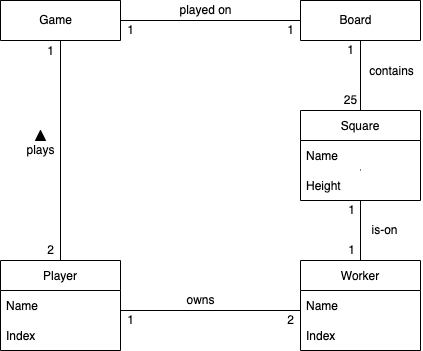
RozayC/test keeps this draw.io diagram as domain-model.png. Above is the earlier version. Source tidied: cells renumbered, new cells last; positions are measured from the earlier drawing's top-left corner, leaving out a move shared by most shapes.
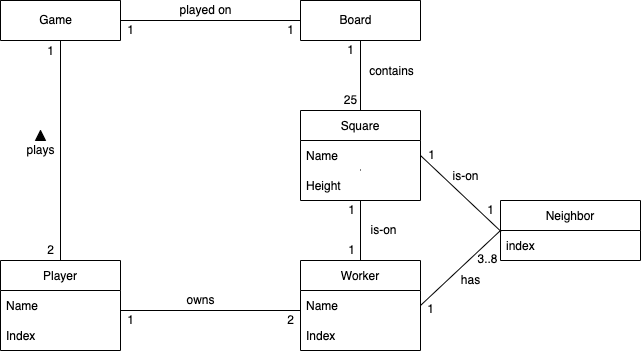
After the commit.

What changed in the source:
```diff
@@ -63,7 +63,7 @@
       <mxGeometry relative="1" as="geometry" />
     </mxCell>
     <mxCell id="20" value="is-on" style="text;html=1;align=center;verticalAlign=middle;fillColor=none;strokeColor=none;rounded=0;" parent="1" vertex="1">
-      <mxGeometry x="364" y="220" width="40" height="20" as="geometry" />
+      <mxGeometry x="363" y="220" width="40" height="20" as="geometry" />
     </mxCell>
     <mxCell id="21" value="owns" style="text;html=1;align=center;verticalAlign=middle;fillColor=none;strokeColor=none;rounded=0;" parent="1" vertex="1">
       <mxGeometry x="180" y="290" width="40" height="20" as="geometry" />
@@ -113,5 +113,35 @@
     <mxCell id="36" value="Height" style="text;strokeColor=none;fillColor=none;align=left;verticalAlign=middle;spacingLeft=4;spacingRight=4;overflow=hidden;" parent="34" vertex="1">
       <mxGeometry y="60" width="120" height="30" as="geometry" />
     </mxCell>
+    <mxCell id="37" value="Neighbor" style="swimlane;fontStyle=0;horizontal=1;startSize=30;rounded=0;strokeColor=default;fillColor=#FFFFFF;" parent="1" vertex="1">
+      <mxGeometry x="500" y="200" width="140" height="60" as="geometry" />
+    </mxCell>
+    <mxCell id="38" value="index" style="text;strokeColor=none;fillColor=none;align=left;verticalAlign=middle;spacingLeft=4;spacingRight=4;overflow=hidden;points=[[0,0.5],[1,0.5]];portConstraint=eastwest;rounded=0;" parent="37" vertex="1">
+      <mxGeometry y="30" width="140" height="30" as="geometry" />
+    </mxCell>
+    <mxCell id="39" style="endArrow=none;html=1;rounded=0;exitX=1;exitY=0.5;exitDx=0;exitDy=0;entryX=0;entryY=0.5;entryDx=0;entryDy=0;" parent="1" edge="1" source="10" target="37">
+      <mxGeometry relative="1" as="geometry" />
+    </mxCell>
+    <mxCell id="40" value="has" style="text;html=1;align=center;verticalAlign=middle;fillColor=none;strokeColor=none;rounded=0;" parent="1" vertex="1">
+      <mxGeometry x="455" y="270" width="30" height="20" as="geometry" />
+    </mxCell>
+    <mxCell id="41" style="endArrow=none;html=1;rounded=0;exitX=1;exitY=0.5;exitDx=0;exitDy=0;entryX=0.004;entryY=0.034;entryDx=0;entryDy=0;entryPerimeter=0;" parent="1" edge="1" source="35" target="38">
+      <mxGeometry relative="1" as="geometry" />
+    </mxCell>
+    <mxCell id="42" value="is-on" style="text;html=1;align=center;verticalAlign=middle;fillColor=none;strokeColor=none;rounded=0;" parent="1" vertex="1">
+      <mxGeometry x="445" y="166" width="40" height="20" as="geometry" />
+    </mxCell>
+    <mxCell id="43" value="1" style="text;html=1;align=center;verticalAlign=middle;fillColor=none;strokeColor=none;rounded=0;" parent="1" vertex="1">
+      <mxGeometry x="421" y="145" width="20" height="20" as="geometry" />
+    </mxCell>
+    <mxCell id="44" value="1" style="text;html=1;align=center;verticalAlign=middle;fillColor=none;strokeColor=none;rounded=0;" parent="1" vertex="1">
+      <mxGeometry x="480" y="200" width="20" height="20" as="geometry" />
+    </mxCell>
+    <mxCell id="45" value="1" style="text;html=1;align=center;verticalAlign=middle;fillColor=none;strokeColor=none;rounded=0;" parent="1" vertex="1">
+      <mxGeometry x="420" y="299" width="20" height="20" as="geometry" />
+    </mxCell>
+    <mxCell id="46" value="3..8" style="text;html=1;align=center;verticalAlign=middle;fillColor=none;strokeColor=none;rounded=0;" parent="1" vertex="1">
+      <mxGeometry x="467" y="249" width="40" height="20" as="geometry" />
+    </mxCell>
   </root>
 </mxGraphModel>
```
